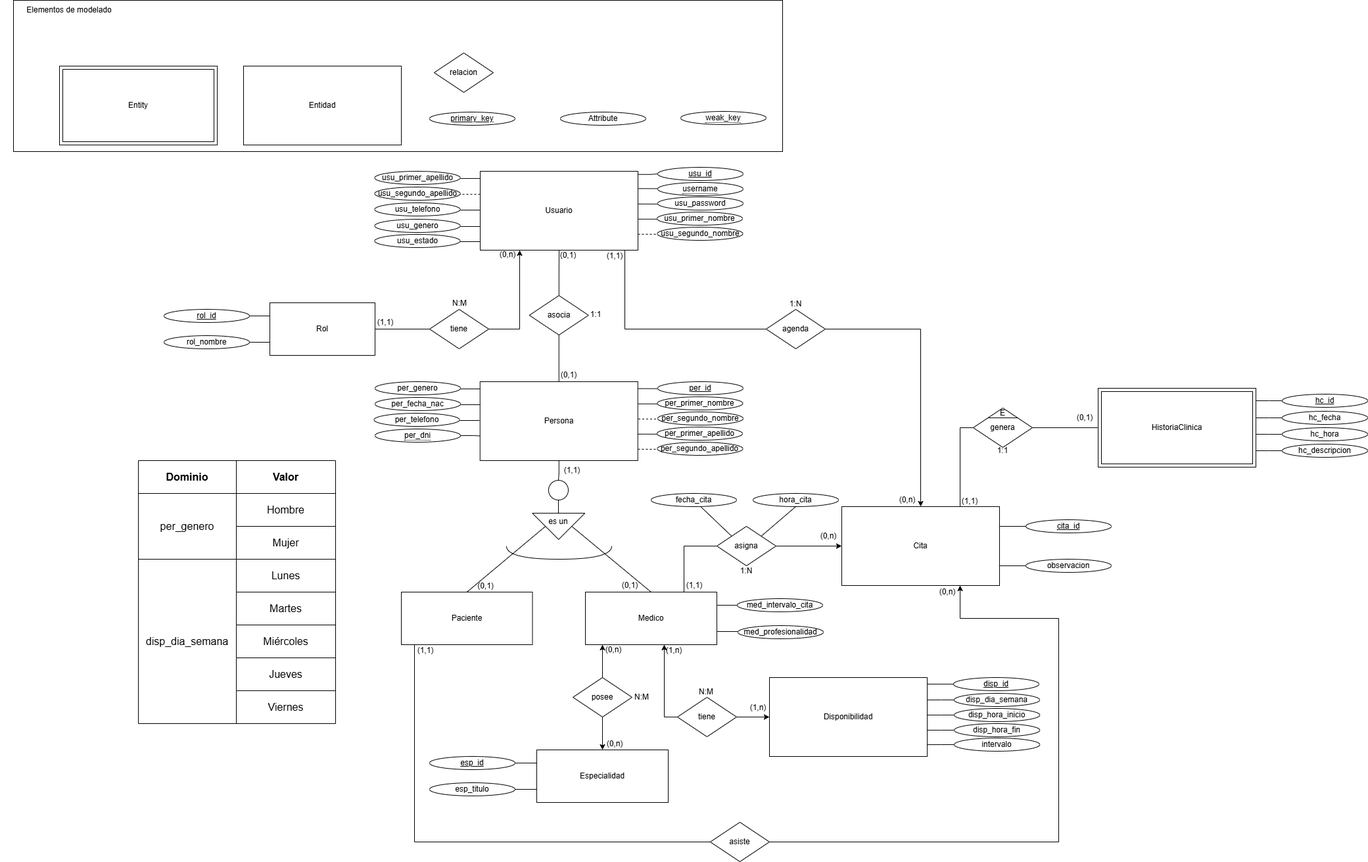
This is ModeladoBD/ModeloER-Piedrazul.png from rhony-martinez/piedra-azul, a draw.io export, as it was before one commit. Source tidied: cells renumbered, new cells last; positions are measured from the earlier drawing's top-left corner, leaving out a move shared by most shapes.
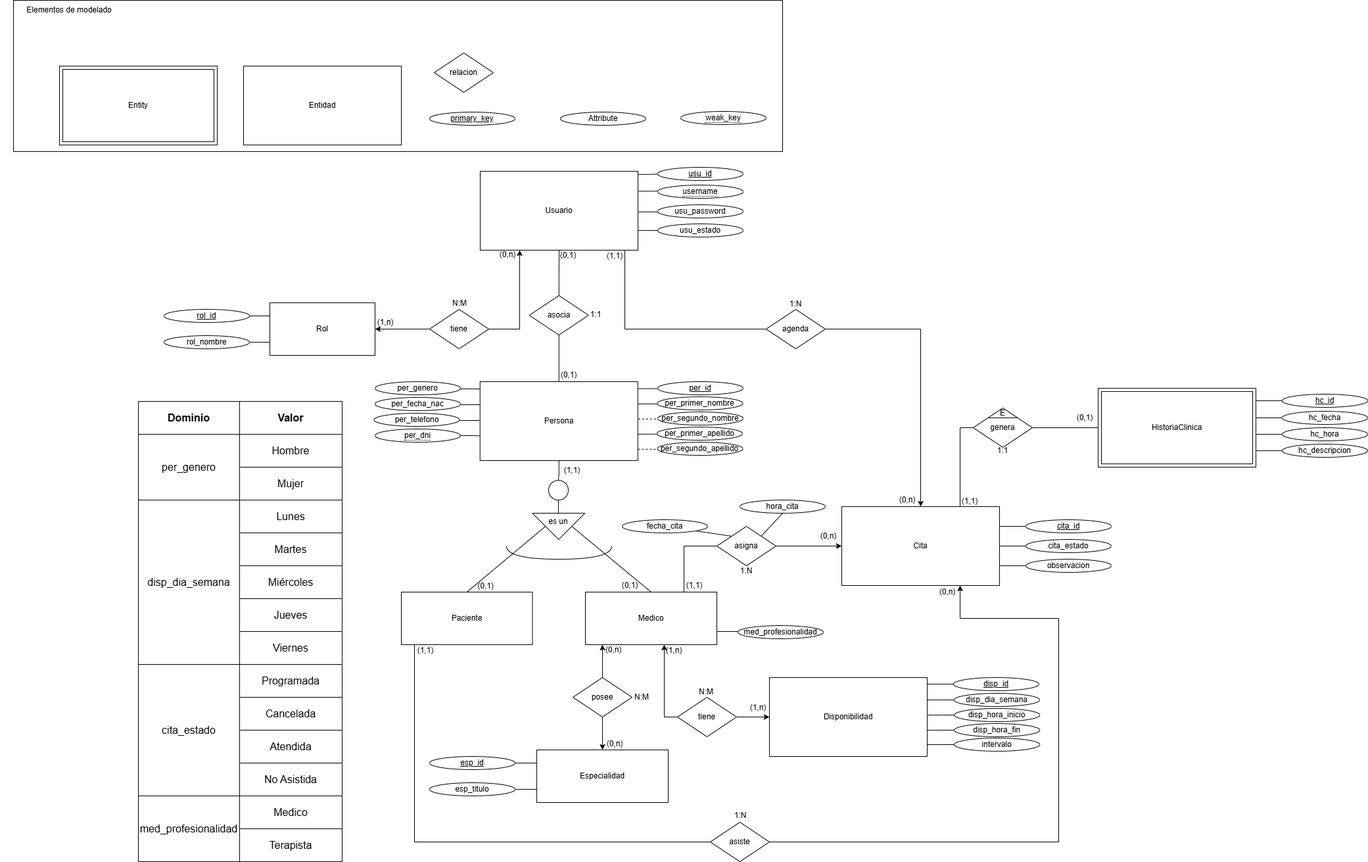
After the commit.

Diff of the diagram source:
```diff
@@ -14,3 +14,3 @@
       <mxGeometry relative="1" as="geometry">
-        <mxPoint x="401" y="55.8" as="sourcePoint" />
+        <mxPoint x="401" y="67.8" as="sourcePoint" />
       </mxGeometry>
@@ -19,8 +19,5 @@
       <mxGeometry relative="1" as="geometry">
-        <mxPoint x="401.2" y="32.3" as="sourcePoint" />
+        <mxPoint x="401.2" y="36.3" as="sourcePoint" />
       </mxGeometry>
     </mxCell>
-    <mxCell id="6" style="edgeStyle=orthogonalEdgeStyle;rounded=0;jettySize=auto;html=1;exitX=0.002;exitY=0.091;exitDx=0;exitDy=0;exitPerimeter=0;endArrow=none;endFill=0;entryX=1;entryY=0.5;entryDx=0;entryDy=0;" parent="2" edge="1" source="7" target="15">
-      <mxGeometry relative="1" as="geometry" />
-    </mxCell>
     <mxCell id="7" value="Usuario" style="whiteSpace=wrap;html=1;align=center;" parent="2" vertex="1">
@@ -32,59 +29,14 @@
     <mxCell id="9" value="usu_password" style="ellipse;whiteSpace=wrap;html=1;align=center;" parent="2" vertex="1">
-      <mxGeometry x="430.5" y="45" width="130" height="20" as="geometry" />
+      <mxGeometry x="430.5" y="57" width="130" height="20" as="geometry" />
     </mxCell>
     <mxCell id="10" value="&lt;span style=&quot;border-bottom: 1px dotted&quot;&gt;username&lt;/span&gt;" style="ellipse;whiteSpace=wrap;html=1;align=center;" parent="2" vertex="1">
-      <mxGeometry x="430.5" y="23" width="130" height="20" as="geometry" />
+      <mxGeometry x="430.5" y="27" width="130" height="20" as="geometry" />
     </mxCell>
-    <mxCell id="11" style="edgeStyle=orthogonalEdgeStyle;rounded=0;jettySize=auto;html=1;entryX=0;entryY=0.5;entryDx=0;entryDy=0;exitX=1.002;exitY=0.673;exitDx=0;exitDy=0;exitPerimeter=0;endArrow=none;endFill=0;" parent="2" edge="1" target="12">
-      <mxGeometry relative="1" as="geometry">
-        <mxPoint x="400" y="78.8" as="sourcePoint" />
-      </mxGeometry>
-    </mxCell>
-    <mxCell id="12" value="usu_primer_nombre" style="ellipse;whiteSpace=wrap;html=1;align=center;" parent="2" vertex="1">
-      <mxGeometry x="429.5" y="68" width="130" height="20" as="geometry" />
-    </mxCell>
-    <mxCell id="13" style="edgeStyle=orthogonalEdgeStyle;rounded=0;jettySize=auto;html=1;entryX=0;entryY=0.5;entryDx=0;entryDy=0;exitX=1.002;exitY=0.673;exitDx=0;exitDy=0;exitPerimeter=0;endArrow=none;endFill=0;dashed=1;" parent="2" edge="1" target="14">
-      <mxGeometry relative="1" as="geometry">
-        <mxPoint x="400.5" y="101.8" as="sourcePoint" />
-      </mxGeometry>
-    </mxCell>
-    <mxCell id="14" value="usu_segundo_nombre" style="ellipse;whiteSpace=wrap;html=1;align=center;" parent="2" vertex="1">
-      <mxGeometry x="430" y="91" width="130" height="20" as="geometry" />
-    </mxCell>
-    <mxCell id="15" value="usu_primer_apellido" style="ellipse;whiteSpace=wrap;html=1;align=center;" parent="2" vertex="1">
-      <mxGeometry y="6" width="130" height="20" as="geometry" />
-    </mxCell>
-    <mxCell id="16" style="edgeStyle=orthogonalEdgeStyle;rounded=0;jettySize=auto;html=1;exitX=0.002;exitY=0.091;exitDx=0;exitDy=0;exitPerimeter=0;endArrow=none;endFill=0;entryX=1;entryY=0.5;entryDx=0;entryDy=0;dashed=1;" parent="2" edge="1" target="17">
-      <mxGeometry relative="1" as="geometry">
-        <mxPoint x="160.5" y="41" as="sourcePoint" />
-      </mxGeometry>
-    </mxCell>
-    <mxCell id="17" value="usu_segundo_apellido" style="ellipse;whiteSpace=wrap;html=1;align=center;" parent="2" vertex="1">
-      <mxGeometry y="30" width="130" height="20" as="geometry" />
-    </mxCell>
-    <mxCell id="18" style="edgeStyle=orthogonalEdgeStyle;rounded=0;jettySize=auto;html=1;exitX=0.002;exitY=0.091;exitDx=0;exitDy=0;exitPerimeter=0;endArrow=none;endFill=0;entryX=1;entryY=0.5;entryDx=0;entryDy=0;" parent="2" edge="1" target="19">
-      <mxGeometry relative="1" as="geometry">
-        <mxPoint x="160.5" y="65" as="sourcePoint" />
-      </mxGeometry>
-    </mxCell>
-    <mxCell id="19" value="usu_telefono" style="ellipse;whiteSpace=wrap;html=1;align=center;" parent="2" vertex="1">
-      <mxGeometry y="54" width="130" height="20" as="geometry" />
-    </mxCell>
-    <mxCell id="20" style="edgeStyle=orthogonalEdgeStyle;rounded=0;jettySize=auto;html=1;exitX=0.002;exitY=0.091;exitDx=0;exitDy=0;exitPerimeter=0;endArrow=none;endFill=0;entryX=1;entryY=0.5;entryDx=0;entryDy=0;" parent="2" edge="1" target="21">
-      <mxGeometry relative="1" as="geometry">
-        <mxPoint x="160.5" y="90" as="sourcePoint" />
-      </mxGeometry>
-    </mxCell>
-    <mxCell id="21" value="usu_genero" style="ellipse;whiteSpace=wrap;html=1;align=center;" parent="2" vertex="1">
-      <mxGeometry y="79" width="130" height="20" as="geometry" />
-    </mxCell>
-    <mxCell id="22" style="edgeStyle=orthogonalEdgeStyle;rounded=0;jettySize=auto;html=1;exitX=0.002;exitY=0.091;exitDx=0;exitDy=0;exitPerimeter=0;endArrow=none;endFill=0;entryX=1;entryY=0.5;entryDx=0;entryDy=0;" parent="2" edge="1" target="23">
-      <mxGeometry relative="1" as="geometry">
-        <mxPoint x="160.5" y="113" as="sourcePoint" />
-      </mxGeometry>
+    <mxCell id="22" style="edgeStyle=orthogonalEdgeStyle;rounded=0;jettySize=auto;html=1;exitX=1;exitY=0.75;exitDx=0;exitDy=0;endArrow=none;endFill=0;entryX=0;entryY=0.5;entryDx=0;entryDy=0;" parent="2" edge="1" source="7" target="23">
+      <mxGeometry relative="1" as="geometry" />
     </mxCell>
     <mxCell id="23" value="usu_estado" style="ellipse;whiteSpace=wrap;html=1;align=center;" parent="2" vertex="1">
-      <mxGeometry y="102" width="130" height="20" as="geometry" />
+      <mxGeometry x="430.5" y="86" width="130" height="20" as="geometry" />
     </mxCell>
-    <mxCell id="24" style="edgeStyle=orthogonalEdgeStyle;rounded=0;jettySize=auto;html=1;entryX=1;entryY=0.5;entryDx=0;entryDy=0;endArrow=none;endFill=0;" parent="1" edge="1" source="25" target="39">
+    <mxCell id="24" style="edgeStyle=orthogonalEdgeStyle;rounded=0;jettySize=auto;html=1;entryX=1;entryY=0.5;entryDx=0;entryDy=0;endArrow=classic;endFill=1;startArrow=none;startFill=0;" parent="1" edge="1" source="25" target="39">
       <mxGeometry relative="1" as="geometry" />
@@ -100,3 +52,3 @@
     </mxCell>
-    <mxCell id="28" value="(1,1)" style="text;html=1;whiteSpace=wrap;strokeColor=none;fillColor=none;align=center;verticalAlign=middle;rounded=0;" parent="1" vertex="1">
+    <mxCell id="28" value="(1,n)" style="text;html=1;whiteSpace=wrap;strokeColor=none;fillColor=none;align=center;verticalAlign=middle;rounded=0;" parent="1" vertex="1">
       <mxGeometry x="556" y="475" width="60" height="30" as="geometry" />
@@ -252,5 +204,2 @@
     </mxCell>
-    <mxCell id="74" style="edgeStyle=orthogonalEdgeStyle;rounded=0;jettySize=auto;html=1;exitX=1;exitY=0.25;exitDx=0;exitDy=0;entryX=0;entryY=0.5;entryDx=0;entryDy=0;endArrow=none;endFill=0;" parent="72" edge="1" source="75" target="77">
-      <mxGeometry relative="1" as="geometry" />
-    </mxCell>
     <mxCell id="75" value="Medico" style="whiteSpace=wrap;html=1;align=center;" parent="72" vertex="1">
@@ -261,5 +210,2 @@
     </mxCell>
-    <mxCell id="77" value="med_intervalo_cita" style="ellipse;whiteSpace=wrap;html=1;align=center;" parent="72" vertex="1">
-      <mxGeometry x="231" y="10" width="130" height="20" as="geometry" />
-    </mxCell>
     <mxCell id="78" style="edgeStyle=orthogonalEdgeStyle;rounded=0;jettySize=auto;html=1;entryX=0.5;entryY=0;entryDx=0;entryDy=0;endArrow=classic;endFill=1;" parent="1" edge="1" source="80" target="100">
@@ -424,3 +370,3 @@
     <mxCell id="122" value="hora_cita" style="ellipse;whiteSpace=wrap;html=1;align=center;" parent="1" vertex="1">
-      <mxGeometry x="1145" y="750" width="130" height="20" as="geometry" />
+      <mxGeometry x="1125" y="760" width="130" height="20" as="geometry" />
     </mxCell>
@@ -444,2 +390,10 @@
     </mxCell>
+    <mxCell id="183" style="edgeStyle=orthogonalEdgeStyle;rounded=0;jettySize=auto;html=1;entryX=1;entryY=0.75;entryDx=0;entryDy=0;endArrow=none;endFill=0;" parent="123" edge="1" source="184">
+      <mxGeometry relative="1" as="geometry">
+        <mxPoint x="240" y="60" as="targetPoint" />
+      </mxGeometry>
+    </mxCell>
+    <mxCell id="184" value="cita_estado" style="ellipse;whiteSpace=wrap;html=1;align=center;" parent="123" vertex="1">
+      <mxGeometry x="280" y="50" width="130" height="20" as="geometry" />
+    </mxCell>
     <mxCell id="129" style="rounded=0;jettySize=auto;html=1;entryX=0;entryY=0;entryDx=0;entryDy=0;endArrow=none;endFill=0;" parent="1" edge="1" source="130" target="118">
@@ -448,3 +402,3 @@
     <mxCell id="130" value="fecha_cita" style="ellipse;whiteSpace=wrap;html=1;align=center;" parent="1" vertex="1">
-      <mxGeometry x="990" y="750" width="130" height="20" as="geometry" />
+      <mxGeometry x="946" y="790" width="130" height="20" as="geometry" />
     </mxCell>
@@ -565,61 +519,106 @@
     <mxCell id="163" style="shape=table;startSize=0;fontSize=16;" parent="1" vertex="1">
-      <mxGeometry x="210" y="700" width="300" height="400" as="geometry" />
+      <mxGeometry x="210" y="610" width="310" height="700" as="geometry" />
     </mxCell>
     <mxCell id="164" style="shape=tableRow;horizontal=0;startSize=0;swimlaneHead=0;swimlaneBody=0;strokeColor=inherit;top=0;left=0;bottom=0;right=0;fillColor=none;fontSize=16;" parent="163" vertex="1">
-      <mxGeometry width="300" height="50" as="geometry" />
+      <mxGeometry width="310" height="50" as="geometry" />
     </mxCell>
     <mxCell id="165" value="&lt;b&gt;Dominio&lt;/b&gt;" style="shape=partialRectangle;html=1;whiteSpace=wrap;strokeColor=inherit;overflow=hidden;fillColor=none;top=0;left=0;bottom=0;right=0;fontSize=16;" parent="164" vertex="1">
-      <mxGeometry width="149" height="50" as="geometry" />
+      <mxGeometry width="154" height="50" as="geometry" />
     </mxCell>
     <mxCell id="166" value="&lt;b&gt;Valor&lt;/b&gt;" style="shape=partialRectangle;html=1;whiteSpace=wrap;strokeColor=inherit;overflow=hidden;fillColor=none;top=0;left=0;bottom=0;right=0;fontSize=16;" parent="164" vertex="1">
-      <mxGeometry x="149" width="151" height="50" as="geometry" />
+      <mxGeometry x="154" width="156" height="50" as="geometry" />
     </mxCell>
     <mxCell id="167" style="shape=tableRow;horizontal=0;startSize=0;swimlaneHead=0;swimlaneBody=0;strokeColor=inherit;top=0;left=0;bottom=0;right=0;fillColor=none;fontSize=16;" parent="163" vertex="1">
-      <mxGeometry y="50" width="300" height="50" as="geometry" />
+      <mxGeometry y="50" width="310" height="50" as="geometry" />
     </mxCell>
     <mxCell id="168" value="per_genero" style="shape=partialRectangle;html=1;whiteSpace=wrap;strokeColor=inherit;overflow=hidden;fillColor=none;top=0;left=0;bottom=0;right=0;fontSize=16;rowspan=2;colspan=1;" parent="167" vertex="1">
-      <mxGeometry width="149" height="100" as="geometry" />
+      <mxGeometry width="154" height="100" as="geometry" />
     </mxCell>
     <mxCell id="169" value="Hombre" style="shape=partialRectangle;html=1;whiteSpace=wrap;strokeColor=inherit;overflow=hidden;fillColor=none;top=0;left=0;bottom=0;right=0;fontSize=16;" parent="167" vertex="1">
-      <mxGeometry x="149" width="151" height="50" as="geometry" />
+      <mxGeometry x="154" width="156" height="50" as="geometry" />
     </mxCell>
     <mxCell id="170" style="shape=tableRow;horizontal=0;startSize=0;swimlaneHead=0;swimlaneBody=0;strokeColor=inherit;top=0;left=0;bottom=0;right=0;fillColor=none;fontSize=16;" parent="163" vertex="1">
-      <mxGeometry y="100" width="300" height="50" as="geometry" />
+      <mxGeometry y="100" width="310" height="50" as="geometry" />
     </mxCell>
     <mxCell id="171" value="Mujer" style="shape=partialRectangle;html=1;whiteSpace=wrap;strokeColor=inherit;overflow=hidden;fillColor=none;top=0;left=0;bottom=0;right=0;fontSize=16;" parent="170" vertex="1">
-      <mxGeometry x="149" width="151" height="50" as="geometry" />
+      <mxGeometry x="154" width="156" height="50" as="geometry" />
     </mxCell>
     <mxCell id="172" style="shape=tableRow;horizontal=0;startSize=0;swimlaneHead=0;swimlaneBody=0;strokeColor=inherit;top=0;left=0;bottom=0;right=0;fillColor=none;fontSize=16;" parent="163" vertex="1">
-      <mxGeometry y="150" width="300" height="50" as="geometry" />
+      <mxGeometry y="150" width="310" height="50" as="geometry" />
     </mxCell>
     <mxCell id="173" value="disp_dia_semana" style="shape=partialRectangle;html=1;whiteSpace=wrap;strokeColor=inherit;overflow=hidden;fillColor=none;top=0;left=0;bottom=0;right=0;fontSize=16;rowspan=5;colspan=1;" parent="172" vertex="1">
-      <mxGeometry width="149" height="250" as="geometry" />
+      <mxGeometry width="154" height="250" as="geometry" />
     </mxCell>
     <mxCell id="174" value="Lunes" style="shape=partialRectangle;html=1;whiteSpace=wrap;strokeColor=inherit;overflow=hidden;fillColor=none;top=0;left=0;bottom=0;right=0;fontSize=16;" parent="172" vertex="1">
-      <mxGeometry x="149" width="151" height="50" as="geometry" />
+      <mxGeometry x="154" width="156" height="50" as="geometry" />
     </mxCell>
     <mxCell id="175" style="shape=tableRow;horizontal=0;startSize=0;swimlaneHead=0;swimlaneBody=0;strokeColor=inherit;top=0;left=0;bottom=0;right=0;fillColor=none;fontSize=16;" parent="163" vertex="1">
-      <mxGeometry y="200" width="300" height="50" as="geometry" />
+      <mxGeometry y="200" width="310" height="50" as="geometry" />
     </mxCell>
     <mxCell id="176" value="Martes" style="shape=partialRectangle;html=1;whiteSpace=wrap;strokeColor=inherit;overflow=hidden;fillColor=none;top=0;left=0;bottom=0;right=0;fontSize=16;" parent="175" vertex="1">
-      <mxGeometry x="149" width="151" height="50" as="geometry" />
+      <mxGeometry x="154" width="156" height="50" as="geometry" />
     </mxCell>
     <mxCell id="177" style="shape=tableRow;horizontal=0;startSize=0;swimlaneHead=0;swimlaneBody=0;strokeColor=inherit;top=0;left=0;bottom=0;right=0;fillColor=none;fontSize=16;" parent="163" vertex="1">
-      <mxGeometry y="250" width="300" height="50" as="geometry" />
+      <mxGeometry y="250" width="310" height="50" as="geometry" />
     </mxCell>
     <mxCell id="178" value="Miércoles" style="shape=partialRectangle;html=1;whiteSpace=wrap;strokeColor=inherit;overflow=hidden;fillColor=none;top=0;left=0;bottom=0;right=0;fontSize=16;" parent="177" vertex="1">
-      <mxGeometry x="149" width="151" height="50" as="geometry" />
+      <mxGeometry x="154" width="156" height="50" as="geometry" />
     </mxCell>
     <mxCell id="179" style="shape=tableRow;horizontal=0;startSize=0;swimlaneHead=0;swimlaneBody=0;strokeColor=inherit;top=0;left=0;bottom=0;right=0;fillColor=none;fontSize=16;" parent="163" vertex="1">
-      <mxGeometry y="300" width="300" height="50" as="geometry" />
+      <mxGeometry y="300" width="310" height="50" as="geometry" />
     </mxCell>
     <mxCell id="180" value="Jueves" style="shape=partialRectangle;html=1;whiteSpace=wrap;strokeColor=inherit;overflow=hidden;fillColor=none;top=0;left=0;bottom=0;right=0;fontSize=16;" parent="179" vertex="1">
-      <mxGeometry x="149" width="151" height="50" as="geometry" />
+      <mxGeometry x="154" width="156" height="50" as="geometry" />
     </mxCell>
     <mxCell id="181" style="shape=tableRow;horizontal=0;startSize=0;swimlaneHead=0;swimlaneBody=0;strokeColor=inherit;top=0;left=0;bottom=0;right=0;fillColor=none;fontSize=16;" parent="163" vertex="1">
-      <mxGeometry y="350" width="300" height="50" as="geometry" />
+      <mxGeometry y="350" width="310" height="50" as="geometry" />
     </mxCell>
     <mxCell id="182" value="Viernes" style="shape=partialRectangle;html=1;whiteSpace=wrap;strokeColor=inherit;overflow=hidden;fillColor=none;top=0;left=0;bottom=0;right=0;fontSize=16;" parent="181" vertex="1">
-      <mxGeometry x="149" width="151" height="50" as="geometry" />
+      <mxGeometry x="154" width="156" height="50" as="geometry" />
     </mxCell>
+    <mxCell id="185" style="shape=tableRow;horizontal=0;startSize=0;swimlaneHead=0;swimlaneBody=0;strokeColor=inherit;top=0;left=0;bottom=0;right=0;fillColor=none;fontSize=16;" parent="163" vertex="1">
+      <mxGeometry y="400" width="310" height="50" as="geometry" />
+    </mxCell>
+    <mxCell id="186" value="cita_estado" style="shape=partialRectangle;html=1;whiteSpace=wrap;strokeColor=inherit;overflow=hidden;fillColor=none;top=0;left=0;bottom=0;right=0;fontSize=16;rowspan=4;colspan=1;" parent="185" vertex="1">
+      <mxGeometry width="154" height="200" as="geometry" />
+    </mxCell>
+    <mxCell id="187" value="Programada" style="shape=partialRectangle;html=1;whiteSpace=wrap;strokeColor=inherit;overflow=hidden;fillColor=none;top=0;left=0;bottom=0;right=0;fontSize=16;" parent="185" vertex="1">
+      <mxGeometry x="154" width="156" height="50" as="geometry" />
+    </mxCell>
+    <mxCell id="188" style="shape=tableRow;horizontal=0;startSize=0;swimlaneHead=0;swimlaneBody=0;strokeColor=inherit;top=0;left=0;bottom=0;right=0;fillColor=none;fontSize=16;" parent="163" vertex="1">
+      <mxGeometry y="450" width="310" height="50" as="geometry" />
+    </mxCell>
+    <mxCell id="189" value="Cancelada" style="shape=partialRectangle;html=1;whiteSpace=wrap;strokeColor=inherit;overflow=hidden;fillColor=none;top=0;left=0;bottom=0;right=0;fontSize=16;" parent="188" vertex="1">
+      <mxGeometry x="154" width="156" height="50" as="geometry" />
+    </mxCell>
+    <mxCell id="190" style="shape=tableRow;horizontal=0;startSize=0;swimlaneHead=0;swimlaneBody=0;strokeColor=inherit;top=0;left=0;bottom=0;right=0;fillColor=none;fontSize=16;" parent="163" vertex="1">
+      <mxGeometry y="500" width="310" height="50" as="geometry" />
+    </mxCell>
+    <mxCell id="191" value="Atendida" style="shape=partialRectangle;html=1;whiteSpace=wrap;strokeColor=inherit;overflow=hidden;fillColor=none;top=0;left=0;bottom=0;right=0;fontSize=16;" parent="190" vertex="1">
+      <mxGeometry x="154" width="156" height="50" as="geometry" />
+    </mxCell>
+    <mxCell id="192" style="shape=tableRow;horizontal=0;startSize=0;swimlaneHead=0;swimlaneBody=0;strokeColor=inherit;top=0;left=0;bottom=0;right=0;fillColor=none;fontSize=16;" parent="163" vertex="1">
+      <mxGeometry y="550" width="310" height="50" as="geometry" />
+    </mxCell>
+    <mxCell id="193" value="No Asistida" style="shape=partialRectangle;html=1;whiteSpace=wrap;strokeColor=inherit;overflow=hidden;fillColor=none;top=0;left=0;bottom=0;right=0;fontSize=16;" parent="192" vertex="1">
+      <mxGeometry x="154" width="156" height="50" as="geometry" />
+    </mxCell>
+    <mxCell id="194" style="shape=tableRow;horizontal=0;startSize=0;swimlaneHead=0;swimlaneBody=0;strokeColor=inherit;top=0;left=0;bottom=0;right=0;fillColor=none;fontSize=16;" parent="163" vertex="1">
+      <mxGeometry y="600" width="310" height="50" as="geometry" />
+    </mxCell>
+    <mxCell id="195" value="med_profesionalidad" style="shape=partialRectangle;html=1;whiteSpace=wrap;strokeColor=inherit;overflow=hidden;fillColor=none;top=0;left=0;bottom=0;right=0;fontSize=16;rowspan=2;colspan=1;" parent="194" vertex="1">
+      <mxGeometry width="154" height="100" as="geometry" />
+    </mxCell>
+    <mxCell id="196" value="Medico" style="shape=partialRectangle;html=1;whiteSpace=wrap;strokeColor=inherit;overflow=hidden;fillColor=none;top=0;left=0;bottom=0;right=0;fontSize=16;" parent="194" vertex="1">
+      <mxGeometry x="154" width="156" height="50" as="geometry" />
+    </mxCell>
+    <mxCell id="197" style="shape=tableRow;horizontal=0;startSize=0;swimlaneHead=0;swimlaneBody=0;strokeColor=inherit;top=0;left=0;bottom=0;right=0;fillColor=none;fontSize=16;" parent="163" vertex="1">
+      <mxGeometry y="650" width="310" height="50" as="geometry" />
+    </mxCell>
+    <mxCell id="198" value="Terapista" style="shape=partialRectangle;html=1;whiteSpace=wrap;strokeColor=inherit;overflow=hidden;fillColor=none;top=0;left=0;bottom=0;right=0;fontSize=16;" parent="197" vertex="1">
+      <mxGeometry x="154" width="156" height="50" as="geometry" />
+    </mxCell>
+    <mxCell id="199" value="1:N" style="text;html=1;whiteSpace=wrap;strokeColor=none;fillColor=none;align=center;verticalAlign=middle;rounded=0;" parent="1" vertex="1">
+      <mxGeometry x="1096" y="1225" width="60" height="30" as="geometry" />
+    </mxCell>
   </root>
```
